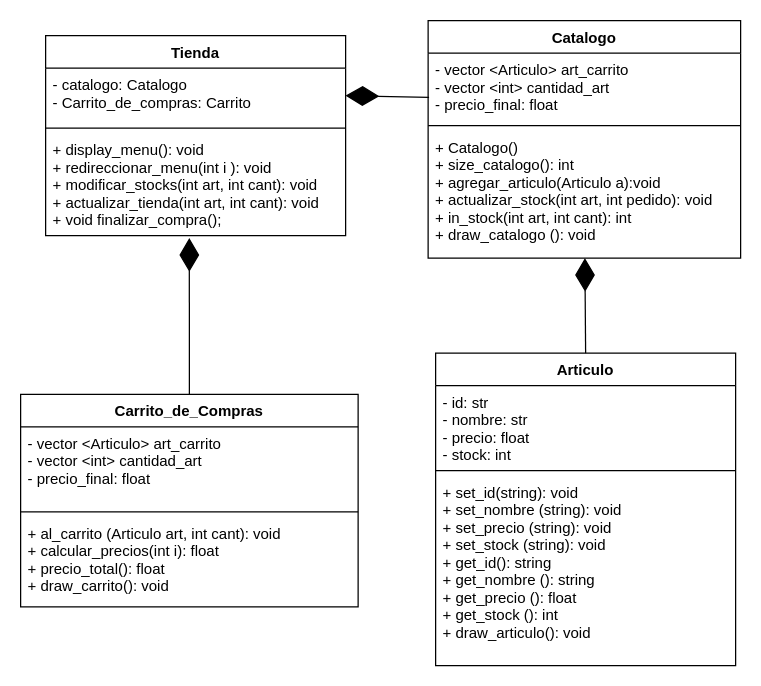
This is UML.drawio from CEM-TC1033-304-2313/3-integrador-A01801026, a draw.io file, before an edit. Source tidied: cells renumbered, new cells numbered last; positions are measured from the earlier drawing's top-left corner, leaving out a move shared by most shapes. Both pictures are drawn from the tidied source at 125%, with x=0, y=0 at pixel (20, 20).
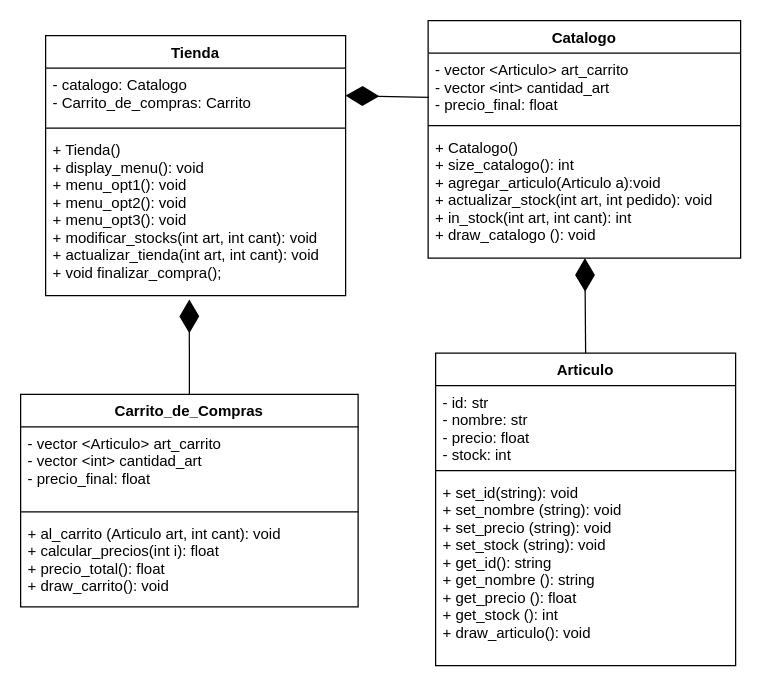
Above is the later version.

What changed in the source:
```diff
@@
     <mxCell id="10" value="Tienda" style="swimlane;fontStyle=1;align=center;verticalAlign=top;horizontal=1;startSize=26;" parent="1" vertex="1">
-      <mxGeometry x="20" y="12" width="240" height="160" as="geometry" />
+      <mxGeometry x="20" y="12" width="240" height="208" as="geometry" />
     </mxCell>
@@
-    <mxCell id="13" value="+ display_menu(): void&#10;+ redireccionar_menu(int i ): void&#10;+ modificar_stocks(int art, int cant): void&#10;+ actualizar_tienda(int art, int cant): void&#10;+ void finalizar_compra();" style="text;strokeColor=none;fillColor=none;align=left;verticalAlign=top;spacingLeft=4;spacingRight=4;overflow=hidden;points=[[0,0.5],[1,0.5]];portConstraint=eastwest;" parent="10" vertex="1">
-      <mxGeometry y="78" width="240" height="82" as="geometry" />
+    <mxCell id="13" value="+ Tienda()&#10;+ display_menu(): void&#10;+ menu_opt1(): void&#10;+ menu_opt2(): void&#10;+ menu_opt3(): void&#10;+ modificar_stocks(int art, int cant): void&#10;+ actualizar_tienda(int art, int cant): void&#10;+ void finalizar_compra();" style="text;strokeColor=none;fillColor=none;align=left;verticalAlign=top;spacingLeft=4;spacingRight=4;overflow=hidden;points=[[0,0.5],[1,0.5]];portConstraint=eastwest;" parent="10" vertex="1">
+      <mxGeometry y="78" width="240" height="130" as="geometry" />
     </mxCell>
```
